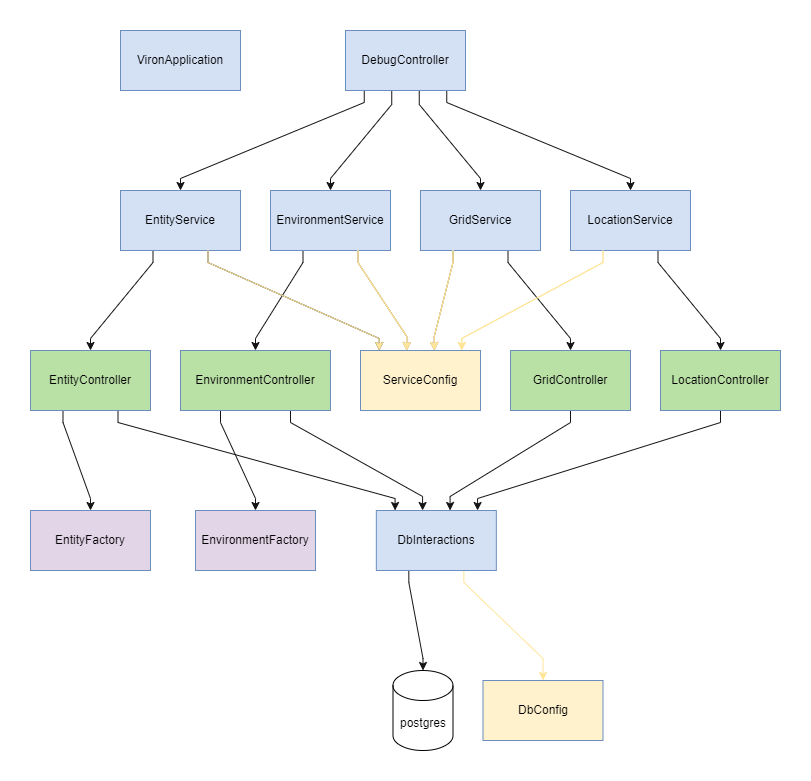
Preponderous-Software/Viron keeps this draw.io diagram as docs/diagrams/class-usage-diagram.drawio.png. Above is the earlier version. Source tidied: cells renumbered, new cells last; positions are measured from the earlier drawing's top-left corner, leaving out a move shared by most shapes.
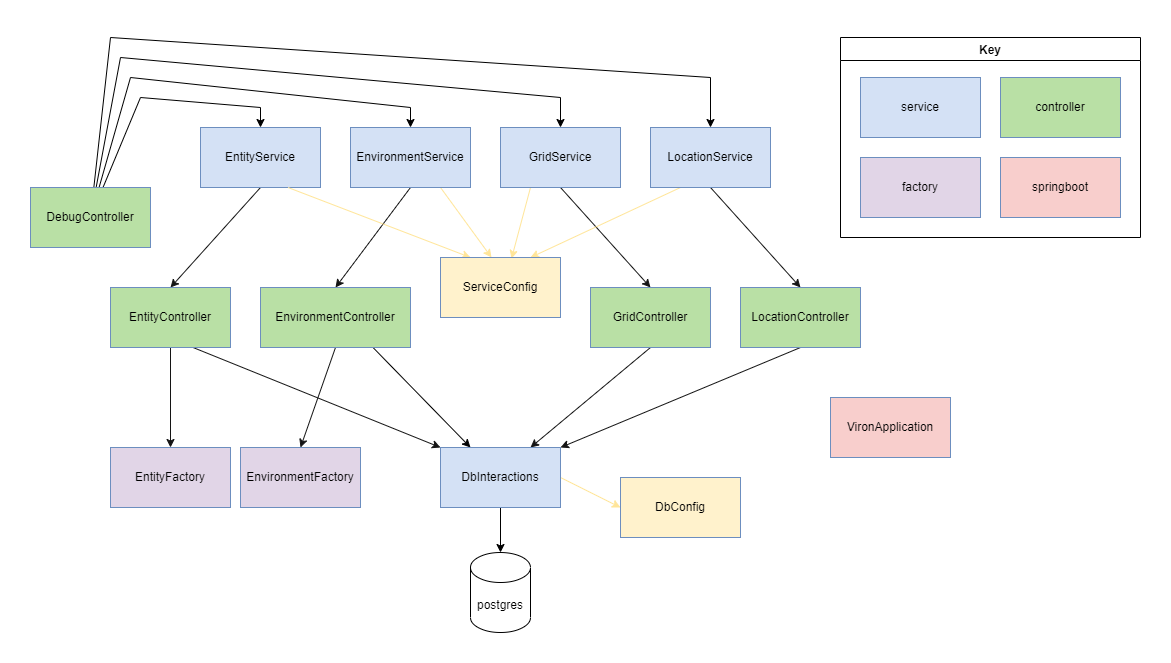
Above is the later version.

Commit message:
Updated class usage diagram

Diff of the diagram source:
```diff
@@ -2,276 +2,158 @@
   <root>
     <mxCell id="0" />
     <mxCell id="1" parent="0" />
-    <mxCell id="2" style="edgeStyle=none;rounded=0;jettySize=auto;html=1;strokeColor=#141414;fillColor=#D4E1F5;noEdgeStyle=1;orthogonal=1;" parent="1" edge="1" source="4" target="23">
-      <mxGeometry relative="1" as="geometry">
-        <Array as="points">
-          <mxPoint x="122.5" y="232" />
-          <mxPoint x="60" y="308" />
-        </Array>
-      </mxGeometry>
+    <mxCell id="2" style="rounded=0;jettySize=auto;html=1;strokeColor=#141414;fillColor=#D4E1F5;orthogonal=1;entryX=0.5;entryY=0;entryDx=0;entryDy=0;exitX=0.5;exitY=1;exitDx=0;exitDy=0;" parent="1" edge="1" source="4" target="23">
+      <mxGeometry relative="1" as="geometry" />
     </mxCell>
-    <mxCell id="3" style="edgeStyle=none;rounded=0;jettySize=auto;html=1;strokeColor=#141414;fillColor=#D4E1F5;noEdgeStyle=1;orthogonal=1;" parent="1" edge="1" source="4" target="36">
-      <mxGeometry relative="1" as="geometry">
-        <Array as="points">
-          <mxPoint x="177.5" y="232" />
-          <mxPoint x="348.8" y="308" />
-        </Array>
-      </mxGeometry>
-    </mxCell>
     <mxCell id="4" value="EntityService" style="rounded=0;whiteSpace=wrap;html=1;fillColor=#D4E1F5;strokeColor=#6c8ebf;" parent="1" vertex="1">
       <mxGeometry x="90" y="160" width="120" height="60" as="geometry" />
     </mxCell>
     <mxCell id="5" value="postgres" style="shape=cylinder3;whiteSpace=wrap;html=1;boundedLbl=1;backgroundOutline=1;size=15;" parent="1" vertex="1">
-      <mxGeometry x="362.5" y="640" width="60" height="80" as="geometry" />
+      <mxGeometry x="360" y="585" width="60" height="80" as="geometry" />
     </mxCell>
-    <mxCell id="6" style="edgeStyle=none;rounded=0;jettySize=auto;html=1;strokeColor=#141414;fillColor=#D4E1F5;noEdgeStyle=1;orthogonal=1;" parent="1" edge="1" source="8" target="26">
-      <mxGeometry relative="1" as="geometry">
-        <Array as="points">
-          <mxPoint x="272.5" y="232" />
-          <mxPoint x="225" y="308" />
-        </Array>
-      </mxGeometry>
+    <mxCell id="6" style="rounded=0;jettySize=auto;html=1;strokeColor=#141414;fillColor=#D4E1F5;orthogonal=1;entryX=0.5;entryY=0;entryDx=0;entryDy=0;exitX=0.5;exitY=1;exitDx=0;exitDy=0;" parent="1" edge="1" source="8" target="26">
+      <mxGeometry relative="1" as="geometry" />
     </mxCell>
-    <mxCell id="7" style="edgeStyle=none;rounded=0;jettySize=auto;html=1;strokeColor=#141414;fillColor=#D4E1F5;noEdgeStyle=1;orthogonal=1;" parent="1" edge="1" source="8" target="36">
-      <mxGeometry relative="1" as="geometry">
-        <Array as="points">
-          <mxPoint x="327.5" y="232" />
-          <mxPoint x="376.2" y="306" />
-        </Array>
-      </mxGeometry>
+    <mxCell id="7" style="rounded=0;jettySize=auto;html=1;strokeColor=#FFE599;fillColor=#FFF2CC;orthogonal=1;entryX=0.425;entryY=0;entryDx=0;entryDy=0;exitX=0.75;exitY=1;exitDx=0;exitDy=0;entryPerimeter=0;" parent="1" edge="1" source="8" target="36">
+      <mxGeometry relative="1" as="geometry" />
     </mxCell>
     <mxCell id="8" value="EnvironmentService" style="rounded=0;whiteSpace=wrap;html=1;fillColor=#D4E1F5;strokeColor=#6c8ebf;" parent="1" vertex="1">
       <mxGeometry x="240" y="160" width="120" height="60" as="geometry" />
     </mxCell>
-    <mxCell id="9" style="edgeStyle=none;rounded=0;jettySize=auto;html=1;strokeColor=#141414;fillColor=#D4E1F5;noEdgeStyle=1;orthogonal=1;" parent="1" edge="1" source="11" target="28">
-      <mxGeometry relative="1" as="geometry">
-        <Array as="points">
-          <mxPoint x="477.5" y="232" />
-          <mxPoint x="540" y="308" />
-        </Array>
-      </mxGeometry>
+    <mxCell id="9" style="rounded=0;jettySize=auto;html=1;strokeColor=#141414;fillColor=#D4E1F5;orthogonal=1;exitX=0.5;exitY=1;exitDx=0;exitDy=0;entryX=0.5;entryY=0;entryDx=0;entryDy=0;" parent="1" edge="1" source="11" target="28">
+      <mxGeometry relative="1" as="geometry" />
     </mxCell>
-    <mxCell id="10" style="edgeStyle=none;rounded=0;jettySize=auto;html=1;strokeColor=#141414;fillColor=#D4E1F5;noEdgeStyle=1;orthogonal=1;" parent="1" edge="1" source="11" target="36">
-      <mxGeometry relative="1" as="geometry">
-        <Array as="points">
-          <mxPoint x="422.5" y="232" />
-          <mxPoint x="403.8" y="306" />
-        </Array>
-      </mxGeometry>
+    <mxCell id="10" style="rounded=0;jettySize=auto;html=1;strokeColor=#FFE599;fillColor=#FFF2CC;orthogonal=1;entryX=0.592;entryY=0.017;entryDx=0;entryDy=0;exitX=0.25;exitY=1;exitDx=0;exitDy=0;entryPerimeter=0;" parent="1" edge="1" source="11" target="36">
+      <mxGeometry relative="1" as="geometry" />
     </mxCell>
     <mxCell id="11" value="GridService" style="rounded=0;whiteSpace=wrap;html=1;fillColor=#D4E1F5;strokeColor=#6c8ebf;" parent="1" vertex="1">
       <mxGeometry x="390" y="160" width="120" height="60" as="geometry" />
     </mxCell>
-    <mxCell id="12" style="edgeStyle=none;rounded=0;jettySize=auto;html=1;strokeColor=#141414;fillColor=#D4E1F5;noEdgeStyle=1;orthogonal=1;" parent="1" edge="1" source="14" target="30">
-      <mxGeometry relative="1" as="geometry">
-        <Array as="points">
-          <mxPoint x="627.5" y="232" />
-          <mxPoint x="690" y="308" />
-        </Array>
-      </mxGeometry>
+    <mxCell id="12" style="rounded=0;jettySize=auto;html=1;strokeColor=#141414;fillColor=#D4E1F5;orthogonal=1;exitX=0.5;exitY=1;exitDx=0;exitDy=0;entryX=0.5;entryY=0;entryDx=0;entryDy=0;" parent="1" edge="1" source="14" target="30">
+      <mxGeometry relative="1" as="geometry" />
     </mxCell>
-    <mxCell id="13" style="edgeStyle=none;rounded=0;jettySize=auto;html=1;strokeColor=#FFE599;fillColor=#D4E1F5;noEdgeStyle=1;orthogonal=1;" parent="1" edge="1" source="14" target="36">
-      <mxGeometry relative="1" as="geometry">
-        <Array as="points">
-          <mxPoint x="572.5" y="232" />
-          <mxPoint x="431.2" y="308" />
-        </Array>
-      </mxGeometry>
+    <mxCell id="13" style="rounded=0;jettySize=auto;html=1;strokeColor=#FFE599;fillColor=#D4E1F5;orthogonal=1;entryX=0.75;entryY=0;entryDx=0;entryDy=0;exitX=0.25;exitY=1;exitDx=0;exitDy=0;" parent="1" edge="1" source="14" target="36">
+      <mxGeometry relative="1" as="geometry" />
     </mxCell>
     <mxCell id="14" value="LocationService" style="rounded=0;whiteSpace=wrap;html=1;fillColor=#D4E1F5;strokeColor=#6c8ebf;" parent="1" vertex="1">
       <mxGeometry x="540" y="160" width="120" height="60" as="geometry" />
     </mxCell>
-    <mxCell id="15" style="edgeStyle=none;rounded=0;orthogonalLoop=1;jettySize=auto;html=1;exitX=1;exitY=0.5;exitDx=0;exitDy=0;exitPerimeter=0;noEdgeStyle=1;" parent="1" edge="1" source="5" target="5">
+    <mxCell id="15" style="rounded=0;orthogonalLoop=1;jettySize=auto;html=1;exitX=1;exitY=0.5;exitDx=0;exitDy=0;exitPerimeter=0;" parent="1" edge="1" source="5" target="5">
       <mxGeometry relative="1" as="geometry" />
     </mxCell>
+    <mxCell id="19" style="rounded=0;jettySize=auto;html=1;" parent="1" edge="1" source="20" target="14">
+      <mxGeometry relative="1" as="geometry">
+        <Array as="points">
+          <mxPoint y="70" />
+          <mxPoint x="600" y="110" />
+        </Array>
+      </mxGeometry>
+    </mxCell>
+    <mxCell id="18" style="rounded=0;jettySize=auto;html=1;" parent="1" edge="1" source="20" target="11">
+      <mxGeometry relative="1" as="geometry">
+        <Array as="points">
+          <mxPoint x="10" y="90" />
+          <mxPoint x="450" y="130" />
+        </Array>
+      </mxGeometry>
+    </mxCell>
+    <mxCell id="17" style="rounded=0;jettySize=auto;html=1;" parent="1" edge="1" source="20" target="8">
+      <mxGeometry relative="1" as="geometry">
+        <Array as="points">
+          <mxPoint x="20" y="110" />
+          <mxPoint x="300" y="140" />
+        </Array>
+      </mxGeometry>
+    </mxCell>
-    <mxCell id="16" style="edgeStyle=none;rounded=0;jettySize=auto;html=1;strokeColor=#141414;fillColor=#D4E1F5;noEdgeStyle=1;orthogonal=1;" parent="1" edge="1" source="20" target="4">
+    <mxCell id="16" style="rounded=0;jettySize=auto;html=1;" parent="1" edge="1" source="20" target="4">
       <mxGeometry relative="1" as="geometry">
         <Array as="points">
-          <mxPoint x="333.8" y="72" />
-          <mxPoint x="150" y="148" />
+          <mxPoint x="30" y="130" />
+          <mxPoint x="150" y="140" />
         </Array>
       </mxGeometry>
     </mxCell>
-    <mxCell id="17" style="edgeStyle=none;rounded=0;jettySize=auto;html=1;strokeColor=#141414;fillColor=#D4E1F5;noEdgeStyle=1;orthogonal=1;" parent="1" edge="1" source="20" target="8">
-      <mxGeometry relative="1" as="geometry">
-        <Array as="points">
-          <mxPoint x="361.2" y="74" />
-          <mxPoint x="300" y="148" />
-        </Array>
-      </mxGeometry>
-    </mxCell>
-    <mxCell id="18" style="edgeStyle=none;rounded=0;jettySize=auto;html=1;strokeColor=#141414;fillColor=#D4E1F5;noEdgeStyle=1;orthogonal=1;" parent="1" edge="1" source="20" target="11">
-      <mxGeometry relative="1" as="geometry">
-        <Array as="points">
-          <mxPoint x="388.8" y="74" />
-          <mxPoint x="450" y="148" />
-        </Array>
-      </mxGeometry>
-    </mxCell>
-    <mxCell id="19" style="edgeStyle=none;rounded=0;jettySize=auto;html=1;strokeColor=#141414;fillColor=#D4E1F5;noEdgeStyle=1;orthogonal=1;" parent="1" edge="1" source="20" target="14">
-      <mxGeometry relative="1" as="geometry">
-        <Array as="points">
-          <mxPoint x="416.2" y="72" />
-          <mxPoint x="600" y="148" />
-        </Array>
-      </mxGeometry>
-    </mxCell>
-    <mxCell id="20" value="DebugController" style="rounded=0;whiteSpace=wrap;html=1;fillColor=#D4E1F5;strokeColor=#6c8ebf;" parent="1" vertex="1">
-      <mxGeometry x="315" width="120" height="60" as="geometry" />
+    <mxCell id="20" value="DebugController" style="rounded=0;whiteSpace=wrap;html=1;fillColor=#B9E0A5;strokeColor=#6c8ebf;" parent="1" vertex="1">
+      <mxGeometry x="-80" y="220" width="120" height="60" as="geometry" />
     </mxCell>
-    <mxCell id="21" style="edgeStyle=none;rounded=0;jettySize=auto;html=1;strokeColor=#141414;fillColor=#D4E1F5;noEdgeStyle=1;orthogonal=1;" parent="1" edge="1" source="23" target="33">
-      <mxGeometry relative="1" as="geometry">
-        <Array as="points">
-          <mxPoint x="87.5" y="392" />
-          <mxPoint x="364.6" y="468" />
-        </Array>
-      </mxGeometry>
+    <mxCell id="21" style="rounded=0;jettySize=auto;html=1;strokeColor=#141414;fillColor=#D4E1F5;orthogonal=1;exitX=0.667;exitY=0.983;exitDx=0;exitDy=0;exitPerimeter=0;" parent="1" edge="1" source="23" target="33">
+      <mxGeometry relative="1" as="geometry" />
     </mxCell>
-    <mxCell id="22" style="edgeStyle=none;rounded=0;jettySize=auto;html=1;strokeColor=#141414;fillColor=#D4E1F5;noEdgeStyle=1;orthogonal=1;" parent="1" edge="1" source="23" target="37">
-      <mxGeometry relative="1" as="geometry">
-        <Array as="points">
-          <mxPoint x="32.5" y="392" />
-          <mxPoint x="60" y="468" />
-        </Array>
-      </mxGeometry>
+    <mxCell id="22" style="rounded=0;jettySize=auto;html=1;strokeColor=#141414;fillColor=#D4E1F5;orthogonal=1;" parent="1" edge="1" source="23" target="37">
+      <mxGeometry relative="1" as="geometry" />
     </mxCell>
     <mxCell id="23" value="EntityController" style="rounded=0;whiteSpace=wrap;html=1;fillColor=#B9E0A5;strokeColor=#6c8ebf;" parent="1" vertex="1">
       <mxGeometry y="320" width="120" height="60" as="geometry" />
     </mxCell>
+    <mxCell id="25" style="rounded=0;jettySize=auto;html=1;strokeColor=#141414;fillColor=#D4E1F5;orthogonal=1;entryX=0.5;entryY=0;entryDx=0;entryDy=0;exitX=0.5;exitY=1;exitDx=0;exitDy=0;" parent="1" edge="1" source="26" target="38">
+      <mxGeometry relative="1" as="geometry" />
+    </mxCell>
-    <mxCell id="24" style="edgeStyle=none;rounded=0;jettySize=auto;html=1;strokeColor=#141414;fillColor=#D4E1F5;noEdgeStyle=1;orthogonal=1;" parent="1" edge="1" source="26" target="33">
-      <mxGeometry relative="1" as="geometry">
-        <Array as="points">
-          <mxPoint x="260" y="392" />
-          <mxPoint x="392.1" y="466" />
-        </Array>
-      </mxGeometry>
+    <mxCell id="24" style="edgeStyle=none;rounded=0;jettySize=auto;html=1;exitX=0.75;exitY=1;exitDx=0;exitDy=0;entryX=0.25;entryY=0;entryDx=0;entryDy=0;" parent="1" edge="1" source="26" target="33">
+      <mxGeometry relative="1" as="geometry" />
     </mxCell>
-    <mxCell id="25" style="edgeStyle=none;rounded=0;jettySize=auto;html=1;strokeColor=#141414;fillColor=#D4E1F5;noEdgeStyle=1;orthogonal=1;" parent="1" edge="1" source="26" target="38">
-      <mxGeometry relative="1" as="geometry">
-        <Array as="points">
-          <mxPoint x="190" y="392" />
-          <mxPoint x="225" y="468" />
-        </Array>
-      </mxGeometry>
-    </mxCell>
     <mxCell id="26" value="EnvironmentController" style="rounded=0;whiteSpace=wrap;html=1;fillColor=#B9E0A5;strokeColor=#6c8ebf;" parent="1" vertex="1">
       <mxGeometry x="150" y="320" width="150" height="60" as="geometry" />
     </mxCell>
-    <mxCell id="27" style="edgeStyle=none;rounded=0;jettySize=auto;html=1;strokeColor=#141414;fillColor=#D4E1F5;noEdgeStyle=1;orthogonal=1;" parent="1" edge="1" source="28" target="33">
-      <mxGeometry relative="1" as="geometry">
-        <Array as="points">
-          <mxPoint x="540" y="392" />
-          <mxPoint x="419.6" y="466" />
-        </Array>
-      </mxGeometry>
+    <mxCell id="27" style="rounded=0;jettySize=auto;html=1;strokeColor=#141414;fillColor=#D4E1F5;orthogonal=1;entryX=0.75;entryY=0;entryDx=0;entryDy=0;exitX=0.5;exitY=1;exitDx=0;exitDy=0;" parent="1" edge="1" source="28" target="33">
+      <mxGeometry relative="1" as="geometry" />
     </mxCell>
     <mxCell id="28" value="GridController" style="rounded=0;whiteSpace=wrap;html=1;fillColor=#B9E0A5;strokeColor=#6c8ebf;" parent="1" vertex="1">
       <mxGeometry x="480" y="320" width="120" height="60" as="geometry" />
     </mxCell>
-    <mxCell id="29" style="edgeStyle=none;rounded=0;jettySize=auto;html=1;strokeColor=#141414;fillColor=#D4E1F5;noEdgeStyle=1;orthogonal=1;" parent="1" edge="1" source="30" target="33">
-      <mxGeometry relative="1" as="geometry">
-        <Array as="points">
-          <mxPoint x="690" y="392" />
-          <mxPoint x="447.1" y="468" />
-        </Array>
-      </mxGeometry>
+    <mxCell id="29" style="rounded=0;jettySize=auto;html=1;strokeColor=#141414;fillColor=#D4E1F5;orthogonal=1;exitX=0.5;exitY=1;exitDx=0;exitDy=0;" parent="1" edge="1" source="30" target="33">
+      <mxGeometry relative="1" as="geometry" />
     </mxCell>
     <mxCell id="30" value="LocationController" style="rounded=0;whiteSpace=wrap;html=1;fillColor=#B9E0A5;strokeColor=#6c8ebf;" parent="1" vertex="1">
       <mxGeometry x="630" y="320" width="120" height="60" as="geometry" />
     </mxCell>
+    <mxCell id="32" style="rounded=0;jettySize=auto;html=1;strokeColor=#FFE599;fillColor=#FFF2CC;orthogonal=1;entryX=0;entryY=0.5;entryDx=0;entryDy=0;exitX=1;exitY=0.5;exitDx=0;exitDy=0;" parent="1" edge="1" source="33" target="35">
+      <mxGeometry relative="1" as="geometry" />
+    </mxCell>
-    <mxCell id="31" style="edgeStyle=none;rounded=0;jettySize=auto;html=1;strokeColor=#141414;fillColor=#D4E1F5;noEdgeStyle=1;orthogonal=1;" parent="1" edge="1" source="33" target="5">
-      <mxGeometry relative="1" as="geometry">
-        <Array as="points">
-          <mxPoint x="378.3" y="552" />
-          <mxPoint x="392.5" y="628" />
-        </Array>
-      </mxGeometry>
+    <mxCell id="31" style="rounded=0;jettySize=auto;html=1;" parent="1" edge="1" source="33" target="5">
+      <mxGeometry relative="1" as="geometry" />
     </mxCell>
-    <mxCell id="32" style="edgeStyle=none;rounded=0;jettySize=auto;html=1;strokeColor=#FFE599;fillColor=#FFF2CC;noEdgeStyle=1;orthogonal=1;" parent="1" edge="1" source="33" target="35">
-      <mxGeometry relative="1" as="geometry">
-        <Array as="points">
-          <mxPoint x="433.3" y="552" />
-          <mxPoint x="512.5" y="628" />
-        </Array>
-      </mxGeometry>
-    </mxCell>
     <mxCell id="33" value="DbInteractions" style="rounded=0;whiteSpace=wrap;html=1;fillColor=#D4E1F5;strokeColor=#6c8ebf;" parent="1" vertex="1">
-      <mxGeometry x="345.8" y="480" width="120" height="60" as="geometry" />
+      <mxGeometry x="330" y="480" width="120" height="60" as="geometry" />
     </mxCell>
-    <mxCell id="34" value="VironApplication" style="rounded=0;whiteSpace=wrap;html=1;fillColor=#D4E1F5;strokeColor=#6c8ebf;" parent="1" vertex="1">
-      <mxGeometry x="90" width="120" height="60" as="geometry" />
+    <mxCell id="34" value="VironApplication" style="rounded=0;whiteSpace=wrap;html=1;fillColor=#F8CECC;strokeColor=#6c8ebf;" parent="1" vertex="1">
+      <mxGeometry x="720" y="430" width="120" height="60" as="geometry" />
     </mxCell>
     <mxCell id="35" value="DbConfig" style="rounded=0;whiteSpace=wrap;html=1;fillColor=#FFF2CC;strokeColor=#6c8ebf;" parent="1" vertex="1">
-      <mxGeometry x="452.5" y="650" width="120" height="60" as="geometry" />
+      <mxGeometry x="510" y="510" width="120" height="60" as="geometry" />
     </mxCell>
-    <mxCell id="36" value="ServiceConfig" style="rounded=0;whiteSpace=wrap;html=1;fillColor=#FFF2CC;strokeColor=#6c8ebf;" parent="1" vertex="1">
-      <mxGeometry x="330" y="320" width="120" height="60" as="geometry" />
-    </mxCell>
     <mxCell id="37" value="EntityFactory" style="rounded=0;whiteSpace=wrap;html=1;fillColor=#E1D5E7;strokeColor=#6c8ebf;" parent="1" vertex="1">
       <mxGeometry y="480" width="120" height="60" as="geometry" />
     </mxCell>
     <mxCell id="38" value="EnvironmentFactory" style="rounded=0;whiteSpace=wrap;html=1;fillColor=#E1D5E7;strokeColor=#6c8ebf;" parent="1" vertex="1">
-      <mxGeometry x="165" y="480" width="120" height="60" as="geometry" />
+      <mxGeometry x="130" y="480" width="120" height="60" as="geometry" />
     </mxCell>
-    <mxCell id="39" style="edgeStyle=none;rounded=0;orthogonalLoop=1;jettySize=auto;html=1;strokeColor=#FFE599;fillColor=#FFF2CC;noEdgeStyle=1;orthogonal=1;" parent="1" edge="1">
+    <mxCell id="39" style="rounded=0;jettySize=auto;html=1;strokeColor=#FFE599;fillColor=#FFF2CC;orthogonal=1;entryX=0.25;entryY=0;entryDx=0;entryDy=0;" parent="1" edge="1" target="36">
       <mxGeometry relative="1" as="geometry">
         <mxPoint x="177.5" y="220" as="sourcePoint" />
-        <mxPoint x="348.8" y="320" as="targetPoint" />
-        <Array as="points">
-          <mxPoint x="177.5" y="232" />
-          <mxPoint x="348.8" y="308" />
-        </Array>
       </mxGeometry>
     </mxCell>
-    <mxCell id="40" style="edgeStyle=none;rounded=0;orthogonalLoop=1;jettySize=auto;html=1;strokeColor=#FFE599;fillColor=#FFF2CC;noEdgeStyle=1;orthogonal=1;" parent="1" edge="1">
-      <mxGeometry relative="1" as="geometry">
-        <mxPoint x="327.5" y="220" as="sourcePoint" />
-        <mxPoint x="376.2" y="320" as="targetPoint" />
-        <Array as="points">
-          <mxPoint x="327.5" y="232" />
-          <mxPoint x="376.2" y="306" />
-        </Array>
-      </mxGeometry>
-    </mxCell>
-    <mxCell id="41" style="edgeStyle=none;rounded=0;orthogonalLoop=1;jettySize=auto;html=1;strokeColor=#FFE599;fillColor=#FFF2CC;noEdgeStyle=1;orthogonal=1;" parent="1" edge="1">
+    <mxCell id="41" style="rounded=0;jettySize=auto;html=1;strokeColor=#FFE599;fillColor=#FFF2CC;orthogonal=1;startArrow=none;" parent="1" edge="1" source="36">
       <mxGeometry relative="1" as="geometry">
-        <mxPoint x="422.5" y="220" as="sourcePoint" />
         <mxPoint x="403.8" y="320" as="targetPoint" />
-        <Array as="points">
-          <mxPoint x="422.5" y="232" />
-          <mxPoint x="403.8" y="306" />
-        </Array>
       </mxGeometry>
     </mxCell>
-    <mxCell id="42" style="edgeStyle=none;rounded=0;orthogonalLoop=1;jettySize=auto;html=1;strokeColor=#FFE599;fillColor=#D4E1F5;noEdgeStyle=1;orthogonal=1;" parent="1" edge="1">
-      <mxGeometry relative="1" as="geometry">
-        <mxPoint x="572.5" y="220" as="sourcePoint" />
-        <mxPoint x="431.2" y="320" as="targetPoint" />
-        <Array as="points">
-          <mxPoint x="572.5" y="232" />
-          <mxPoint x="431.2" y="308" />
-        </Array>
-      </mxGeometry>
-    </mxCell>
-    <mxCell id="43" style="edgeStyle=none;rounded=0;orthogonalLoop=1;jettySize=auto;html=1;strokeColor=#FFE599;fillColor=#FFF2CC;noEdgeStyle=1;orthogonal=1;" parent="1" edge="1">
-      <mxGeometry relative="1" as="geometry">
-        <mxPoint x="422.5" y="220" as="sourcePoint" />
-        <mxPoint x="403.8" y="320" as="targetPoint" />
-        <Array as="points">
-          <mxPoint x="422.5" y="232" />
-          <mxPoint x="403.8" y="306" />
-        </Array>
-      </mxGeometry>
-    </mxCell>
-    <mxCell id="44" style="edgeStyle=none;rounded=0;orthogonalLoop=1;jettySize=auto;html=1;strokeColor=#FFE599;fillColor=#FFF2CC;noEdgeStyle=1;orthogonal=1;" parent="1" edge="1">
-      <mxGeometry relative="1" as="geometry">
-        <mxPoint x="327.5" y="220" as="sourcePoint" />
-        <mxPoint x="376.2" y="320" as="targetPoint" />
-        <Array as="points">
-          <mxPoint x="327.5" y="232" />
-          <mxPoint x="376.2" y="306" />
-        </Array>
-      </mxGeometry>
-    </mxCell>
+    <mxCell id="45" value="Key" style="swimlane;" parent="1" vertex="1">
+      <mxGeometry x="730" y="70" width="300" height="200" as="geometry" />
+    </mxCell>
+    <mxCell id="46" value="controller" style="rounded=0;whiteSpace=wrap;html=1;fillColor=#B9E0A5;strokeColor=#6c8ebf;" parent="45" vertex="1">
+      <mxGeometry x="160" y="40" width="120" height="60" as="geometry" />
+    </mxCell>
+    <mxCell id="47" value="springboot" style="rounded=0;whiteSpace=wrap;html=1;fillColor=#F8CECC;strokeColor=#6c8ebf;" parent="45" vertex="1">
+      <mxGeometry x="160" y="120" width="120" height="60" as="geometry" />
+    </mxCell>
+    <mxCell id="48" value="service" style="rounded=0;whiteSpace=wrap;html=1;fillColor=#D4E1F5;strokeColor=#6c8ebf;" parent="45" vertex="1">
+      <mxGeometry x="20" y="40" width="120" height="60" as="geometry" />
+    </mxCell>
+    <mxCell id="49" value="factory" style="rounded=0;whiteSpace=wrap;html=1;fillColor=#E1D5E7;strokeColor=#6c8ebf;" parent="45" vertex="1">
+      <mxGeometry x="20" y="120" width="120" height="60" as="geometry" />
+    </mxCell>
+    <mxCell id="36" value="ServiceConfig" style="rounded=0;whiteSpace=wrap;html=1;fillColor=#FFF2CC;strokeColor=#6c8ebf;" parent="1" vertex="1">
+      <mxGeometry x="330" y="290" width="120" height="60" as="geometry" />
+    </mxCell>
   </root>
 </mxGraphModel>
```
